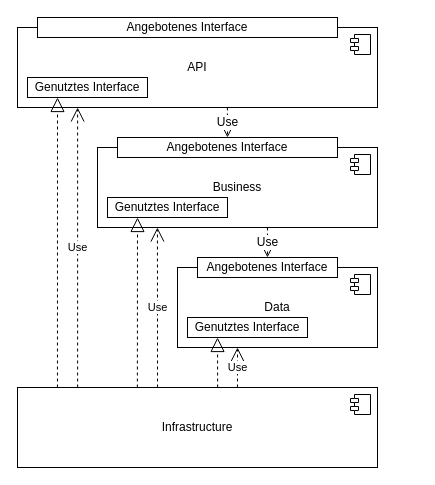
Earlier version of the draw.io diagram docs/arc42/arc42-MinerNetwork/images/Layer 3_layers.drawio (bjoern621/VSP-Blockchain). Source tidied: cells renumbered, new cells numbered last; positions are measured from the earlier drawing's top-left corner, leaving out a move shared by most shapes. Both pictures are drawn from the tidied source at 100%, with x=0, y=0 at pixel (17, 17).
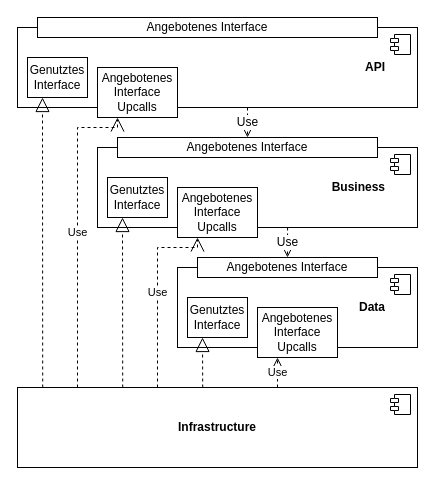
After the change.

Commit message (it also covers changes not shown here):
layer architecture

The edit, as a diff of the source:
```diff
@@
-    <mxCell id="2" value="&lt;div&gt;&lt;span style=&quot;background-color: transparent; color: light-dark(rgb(0, 0, 0), rgb(255, 255, 255));&quot;&gt;API&lt;/span&gt;&lt;/div&gt;" style="html=1;whiteSpace=wrap;" parent="1" vertex="1">
-      <mxGeometry y="10" width="360" height="80" as="geometry" />
+    <mxCell id="2" value="&lt;div&gt;&lt;span style=&quot;background-color: transparent; color: light-dark(rgb(0, 0, 0), rgb(255, 255, 255));&quot;&gt;&lt;b&gt;API&lt;/b&gt;&lt;/span&gt;&lt;/div&gt;" style="html=1;whiteSpace=wrap;align=right;spacingRight=30;" parent="1" vertex="1">
+      <mxGeometry y="10" width="400" height="80" as="geometry" />
     </mxCell>
@@
-    <mxCell id="4" value="&lt;div&gt;&lt;span style=&quot;background-color: transparent; color: light-dark(rgb(0, 0, 0), rgb(255, 255, 255));&quot;&gt;Business&lt;/span&gt;&lt;/div&gt;" style="html=1;whiteSpace=wrap;" parent="1" vertex="1">
-      <mxGeometry x="80" y="130" width="280" height="80" as="geometry" />
+    <mxCell id="4" value="&lt;div&gt;&lt;span style=&quot;background-color: transparent; color: light-dark(rgb(0, 0, 0), rgb(255, 255, 255));&quot;&gt;&lt;b&gt;Business&lt;/b&gt;&lt;/span&gt;&lt;/div&gt;" style="html=1;whiteSpace=wrap;align=right;spacingRight=30;" parent="1" vertex="1">
+      <mxGeometry x="80" y="130" width="320" height="80" as="geometry" />
     </mxCell>
@@
-    <mxCell id="6" value="&lt;div&gt;&lt;span style=&quot;background-color: transparent; color: light-dark(rgb(0, 0, 0), rgb(255, 255, 255));&quot;&gt;Data&lt;/span&gt;&lt;/div&gt;" style="html=1;whiteSpace=wrap;" parent="1" vertex="1">
-      <mxGeometry x="160" y="250" width="200" height="80" as="geometry" />
+    <mxCell id="6" value="&lt;div&gt;&lt;span style=&quot;background-color: transparent; color: light-dark(rgb(0, 0, 0), rgb(255, 255, 255));&quot;&gt;&lt;b&gt;Data&lt;/b&gt;&lt;/span&gt;&lt;/div&gt;" style="html=1;whiteSpace=wrap;align=right;spacingRight=30;" parent="1" vertex="1">
+      <mxGeometry x="160" y="250" width="240" height="80" as="geometry" />
     </mxCell>
@@
-    <mxCell id="8" value="&lt;div&gt;&lt;span style=&quot;background-color: transparent; color: light-dark(rgb(0, 0, 0), rgb(255, 255, 255));&quot;&gt;Infrastructure&lt;/span&gt;&lt;/div&gt;" style="html=1;whiteSpace=wrap;" parent="1" vertex="1">
-      <mxGeometry y="370" width="360" height="80" as="geometry" />
+    <mxCell id="8" value="&lt;div&gt;&lt;span style=&quot;background-color: transparent; color: light-dark(rgb(0, 0, 0), rgb(255, 255, 255));&quot;&gt;Infrastructure&lt;/span&gt;&lt;/div&gt;" style="html=1;whiteSpace=wrap;fontStyle=1;" parent="1" vertex="1">
+      <mxGeometry y="370" width="400" height="80" as="geometry" />
     </mxCell>
@@
-    <mxCell id="10" value="Use" style="endArrow=open;endSize=12;dashed=1;html=1;rounded=0;fontFamily=Helvetica;fontSize=12;fontColor=default;entryX=0.5;entryY=0;entryDx=0;entryDy=0;exitX=0.583;exitY=1;exitDx=0;exitDy=0;exitPerimeter=0;" parent="1" edge="1" source="2" target="13">
-      <mxGeometry relative="1" as="geometry" />
+    <mxCell id="10" value="Use" style="endArrow=open;endSize=12;dashed=1;html=1;rounded=0;fontFamily=Helvetica;fontSize=12;fontColor=default;entryX=0.5;entryY=0;entryDx=0;entryDy=0;exitX=0.575;exitY=1;exitDx=0;exitDy=0;exitPerimeter=0;" parent="1" edge="1" source="2" target="13">
+      <mxGeometry x="-0.01" relative="1" as="geometry" />
     </mxCell>
-    <mxCell id="11" value="Use" style="endArrow=open;endSize=12;dashed=1;html=1;rounded=0;fontFamily=Helvetica;fontSize=12;fontColor=default;entryX=0.5;entryY=0;entryDx=0;entryDy=0;exitX=0.607;exitY=1;exitDx=0;exitDy=0;exitPerimeter=0;" parent="1" edge="1" source="4" target="14">
+    <mxCell id="11" value="Use" style="endArrow=open;endSize=12;dashed=1;html=1;rounded=0;fontFamily=Helvetica;fontSize=12;fontColor=default;entryX=0.5;entryY=0;entryDx=0;entryDy=0;exitX=0.594;exitY=1;exitDx=0;exitDy=0;exitPerimeter=0;" parent="1" edge="1" source="4" target="14">
       <mxGeometry relative="1" as="geometry" />
     </mxCell>
     <mxCell id="12" value="Angebotenes Interface" style="rounded=0;whiteSpace=wrap;html=1;" parent="1" vertex="1">
-      <mxGeometry x="20" width="300" height="20" as="geometry" />
+      <mxGeometry x="20" width="340" height="20" as="geometry" />
     </mxCell>
     <mxCell id="13" value="Angebotenes Interface" style="rounded=0;whiteSpace=wrap;html=1;" parent="1" vertex="1">
-      <mxGeometry x="100" y="120" width="220" height="20" as="geometry" />
+      <mxGeometry x="100" y="120" width="260" height="20" as="geometry" />
     </mxCell>
     <mxCell id="14" value="Angebotenes Interface" style="rounded=0;whiteSpace=wrap;html=1;" parent="1" vertex="1">
-      <mxGeometry x="180" y="240" width="140" height="20" as="geometry" />
+      <mxGeometry x="180" y="240" width="180" height="20" as="geometry" />
     </mxCell>
     <mxCell id="15" value="Genutztes Interface" style="rounded=0;whiteSpace=wrap;html=1;" parent="1" vertex="1">
-      <mxGeometry x="10" y="60" width="120" height="20" as="geometry" />
+      <mxGeometry x="10" y="40" width="60" height="40" as="geometry" />
     </mxCell>
     <mxCell id="16" value="Genutztes Interface" style="rounded=0;whiteSpace=wrap;html=1;" parent="1" vertex="1">
-      <mxGeometry x="90" y="180" width="120" height="20" as="geometry" />
+      <mxGeometry x="90" y="160" width="60" height="40" as="geometry" />
     </mxCell>
     <mxCell id="17" value="Genutztes Interface" style="rounded=0;whiteSpace=wrap;html=1;" parent="1" vertex="1">
-      <mxGeometry x="170" y="300" width="120" height="20" as="geometry" />
+      <mxGeometry x="170" y="280" width="60" height="40" as="geometry" />
     </mxCell>
-    <mxCell id="18" style="endArrow=block;dashed=1;endFill=0;endSize=12;html=1;rounded=0;entryX=0.25;entryY=1;entryDx=0;entryDy=0;exitX=0.111;exitY=0;exitDx=0;exitDy=0;exitPerimeter=0;" parent="1" edge="1" source="8" target="15">
+    <mxCell id="18" style="endArrow=block;dashed=1;endFill=0;endSize=12;html=1;rounded=0;entryX=0.25;entryY=1;entryDx=0;entryDy=0;exitX=0.063;exitY=0;exitDx=0;exitDy=0;exitPerimeter=0;" parent="1" edge="1" source="8" target="15">
       <mxGeometry relative="1" as="geometry" />
     </mxCell>
-    <mxCell id="19" style="endArrow=block;dashed=1;endFill=0;endSize=12;html=1;rounded=0;entryX=0.25;entryY=1;entryDx=0;entryDy=0;exitX=0.333;exitY=0;exitDx=0;exitDy=0;exitPerimeter=0;" parent="1" edge="1" source="8" target="16">
+    <mxCell id="19" style="endArrow=block;dashed=1;endFill=0;endSize=12;html=1;rounded=0;entryX=0.25;entryY=1;entryDx=0;entryDy=0;exitX=0.263;exitY=0;exitDx=0;exitDy=0;exitPerimeter=0;" parent="1" edge="1" source="8" target="16">
       <mxGeometry relative="1" as="geometry" />
     </mxCell>
-    <mxCell id="20" style="endArrow=block;dashed=1;endFill=0;endSize=12;html=1;rounded=0;entryX=0.25;entryY=1;entryDx=0;entryDy=0;exitX=0.556;exitY=0;exitDx=0;exitDy=0;exitPerimeter=0;" parent="1" edge="1" source="8" target="17">
+    <mxCell id="20" style="endArrow=block;dashed=1;endFill=0;endSize=12;html=1;rounded=0;entryX=0.25;entryY=1;entryDx=0;entryDy=0;exitX=0.463;exitY=0;exitDx=0;exitDy=0;exitPerimeter=0;" parent="1" edge="1" source="8" target="17">
       <mxGeometry relative="1" as="geometry" />
     </mxCell>
-    <mxCell id="21" value="Use" style="endArrow=open;endSize=12;dashed=1;html=1;rounded=0;entryX=0.167;entryY=1;entryDx=0;entryDy=0;entryPerimeter=0;exitX=0.167;exitY=0;exitDx=0;exitDy=0;exitPerimeter=0;" parent="1" edge="1" source="8" target="2">
-      <mxGeometry relative="1" as="geometry" />
+    <mxCell id="21" value="Use" style="endArrow=open;endSize=12;dashed=1;html=1;rounded=0;entryX=0.25;entryY=1;entryDx=0;entryDy=0;exitX=0.15;exitY=0;exitDx=0;exitDy=0;exitPerimeter=0;" parent="1" edge="1" source="8" target="24">
+      <mxGeometry relative="1" as="geometry">
+        <Array as="points">
+          <mxPoint x="60" y="110" />
+          <mxPoint x="100" y="110" />
+        </Array>
+      </mxGeometry>
     </mxCell>
-    <mxCell id="22" value="Use" style="endArrow=open;endSize=12;dashed=1;html=1;rounded=0;entryX=0.214;entryY=1;entryDx=0;entryDy=0;entryPerimeter=0;exitX=0.389;exitY=0;exitDx=0;exitDy=0;exitPerimeter=0;" parent="1" edge="1" source="8" target="4">
-      <mxGeometry relative="1" as="geometry" />
+    <mxCell id="22" value="Use" style="endArrow=open;endSize=12;dashed=1;html=1;rounded=0;entryX=0.25;entryY=1;entryDx=0;entryDy=0;exitX=0.35;exitY=0;exitDx=0;exitDy=0;exitPerimeter=0;" parent="1" edge="1" source="8" target="25">
+      <mxGeometry relative="1" as="geometry">
+        <Array as="points">
+          <mxPoint x="140" y="230" />
+          <mxPoint x="180" y="230" />
+        </Array>
+      </mxGeometry>
     </mxCell>
-    <mxCell id="23" value="Use" style="endArrow=open;endSize=12;dashed=1;html=1;rounded=0;entryX=0.3;entryY=1;entryDx=0;entryDy=0;entryPerimeter=0;exitX=0.611;exitY=0;exitDx=0;exitDy=0;exitPerimeter=0;" parent="1" edge="1" source="8" target="6">
+    <mxCell id="23" value="Use" style="endArrow=open;endSize=12;dashed=1;html=1;rounded=0;entryX=0.25;entryY=1;entryDx=0;entryDy=0;exitX=0.65;exitY=0;exitDx=0;exitDy=0;exitPerimeter=0;" parent="1" edge="1" source="8" target="26">
       <mxGeometry relative="1" as="geometry" />
     </mxCell>
+    <mxCell id="24" value="Angebotenes Interface Upcalls" style="rounded=0;whiteSpace=wrap;html=1;" parent="1" vertex="1">
+      <mxGeometry x="80" y="50" width="80" height="50" as="geometry" />
+    </mxCell>
+    <mxCell id="25" value="Angebotenes Interface Upcalls" style="rounded=0;whiteSpace=wrap;html=1;" parent="1" vertex="1">
+      <mxGeometry x="160" y="170" width="80" height="50" as="geometry" />
+    </mxCell>
+    <mxCell id="26" value="Angebotenes Interface Upcalls" style="rounded=0;whiteSpace=wrap;html=1;" parent="1" vertex="1">
+      <mxGeometry x="240" y="290" width="80" height="50" as="geometry" />
+    </mxCell>
```
